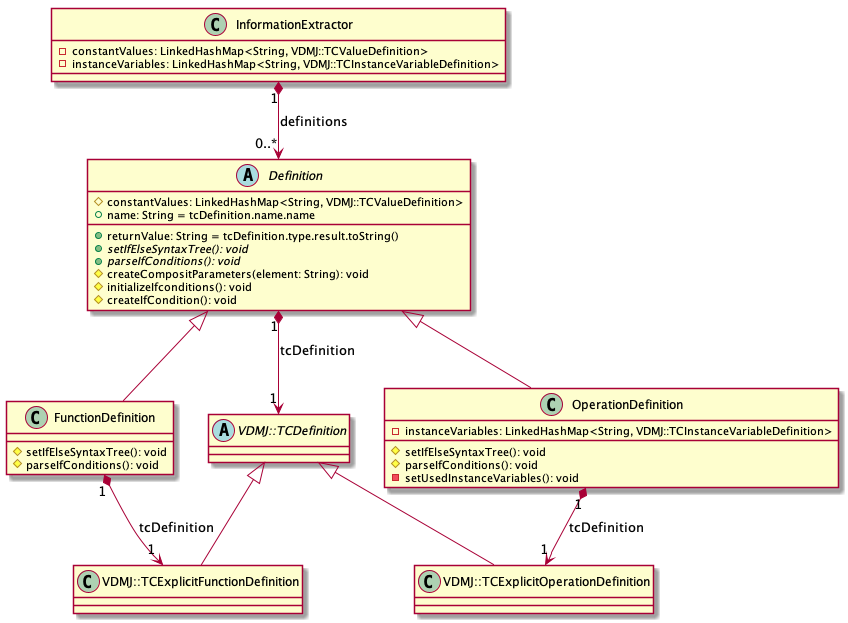
Above: figs/Definition_class_diagram.png in korosuke613/master-thesis (PlantUML), before the change. Its diagram source:
```plantuml
@startuml Definition

class InformationExtractor{
     - constantValues: LinkedHashMap<String, VDMJ::TCValueDefinition>
     - instanceVariables: LinkedHashMap<String, VDMJ::TCInstanceVariableDefinition>

}

abstract class Definition{
     # constantValues: LinkedHashMap<String, VDMJ::TCValueDefinition>
     + returnValue: String = tcDefinition.type.result.toString()
     + name: String = tcDefinition.name.name
     + {abstract} setIfElseSyntaxTree(): void
     + {abstract} parseIfConditions(): void
     # createCompositParameters(element: String): void
     # initializeIfconditions(): void
     # createIfCondition(): void
}

class FunctionDefinition{
     # setIfElseSyntaxTree(): void
     # parseIfConditions(): void
}

class OperationDefinition{
     - instanceVariables: LinkedHashMap<String, VDMJ::TCInstanceVariableDefinition>
     # setIfElseSyntaxTree(): void
     # parseIfConditions(): void
     - setUsedInstanceVariables(): void
}

VDMJ::TCDefinition <|-- VDMJ::TCExplicitFunctionDefinition
VDMJ::TCDefinition <|-- VDMJ::TCExplicitOperationDefinition

abstract class VDMJ::TCDefinition

Definition "1" *--> "1" VDMJ::TCDefinition: tcDefinition
Definition <|-- FunctionDefinition
Definition <|-- OperationDefinition

FunctionDefinition "1" *--> "1" VDMJ::TCExplicitFunctionDefinition: tcDefinition
OperationDefinition "1" *--> "1" VDMJ::TCExplicitOperationDefinition: tcDefinition

InformationExtractor "1" *--> "0..*" Definition: definitions

@enduml
```
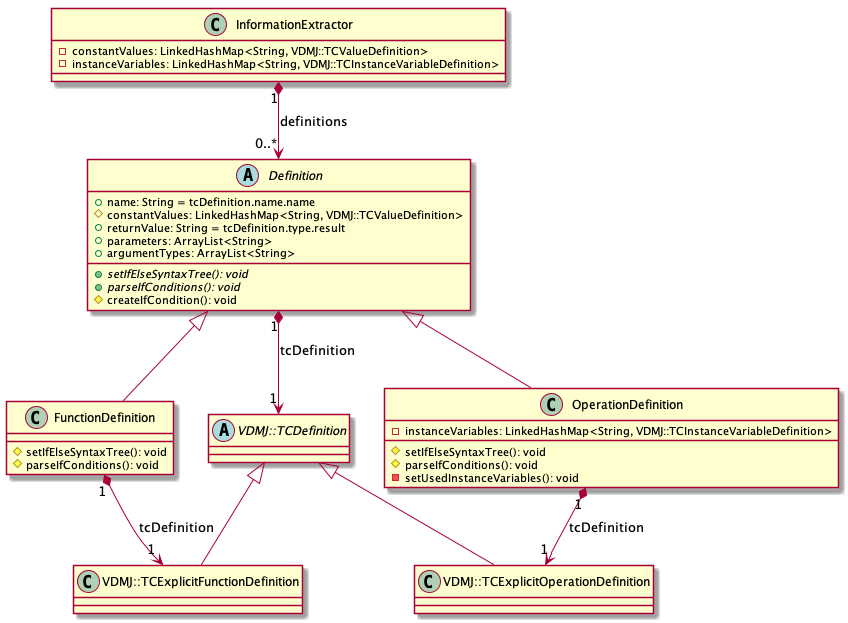
Later version of the same file.

Commit message:
クラス図の更新

What changed in the source:
```diff
@@ -7,13 +7,13 @@
 }
 
 abstract class Definition{
+     + name: String = tcDefinition.name.name
      # constantValues: LinkedHashMap<String, VDMJ::TCValueDefinition>
-     + returnValue: String = tcDefinition.type.result.toString()
-     + name: String = tcDefinition.name.name
+     + returnValue: String = tcDefinition.type.result
+     + parameters: ArrayList<String>
+     + argumentTypes: ArrayList<String>
      + {abstract} setIfElseSyntaxTree(): void
      + {abstract} parseIfConditions(): void
-     # createCompositParameters(element: String): void
-     # initializeIfconditions(): void
      # createIfCondition(): void
 }
 
```
